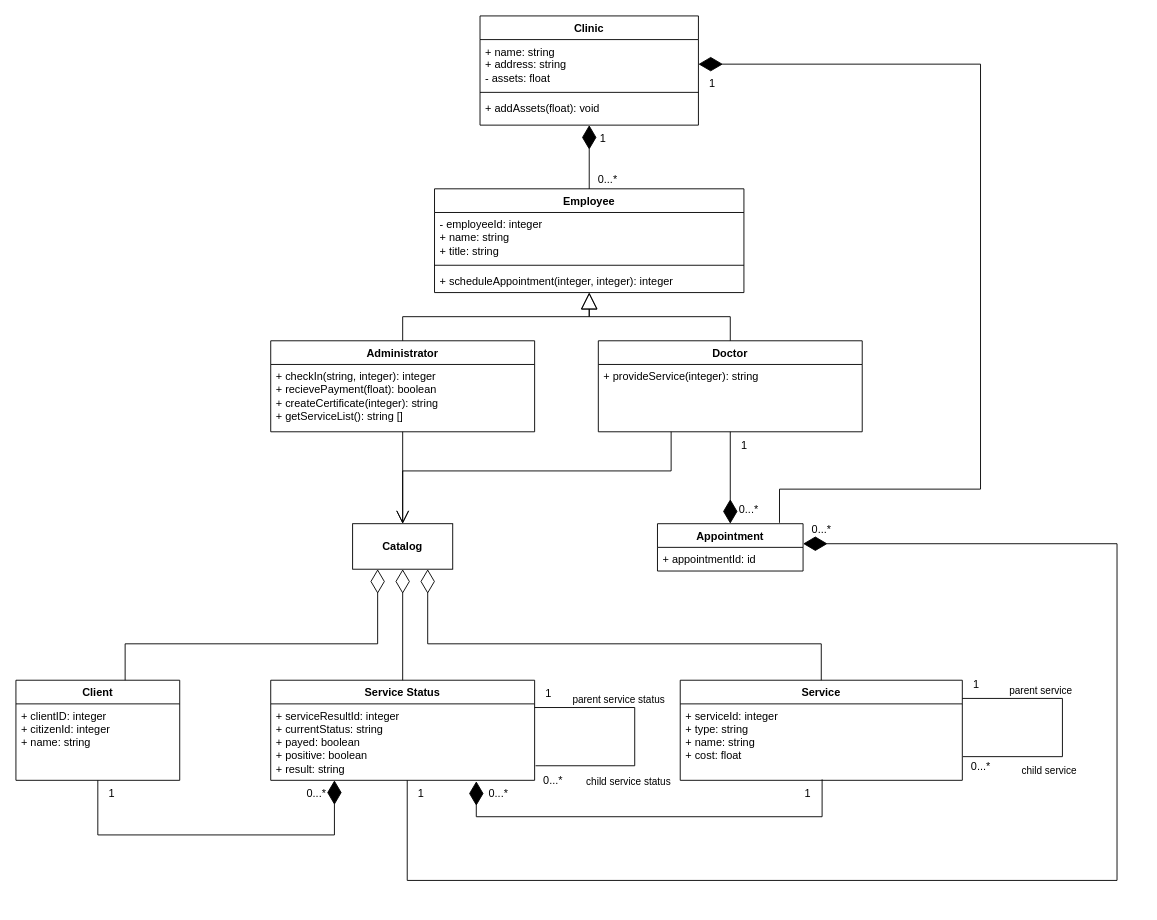
Yegres5/hospital-manager keeps this draw.io diagram as uml/class-diagram.drawio. Above is the earlier version. Source tidied: cells renumbered, new cells numbered last; positions are measured from the earlier drawing's top-left corner, leaving out a move shared by most shapes. Both pictures are drawn from the tidied source at 91%, with x=0, y=0 at pixel (15, 15).
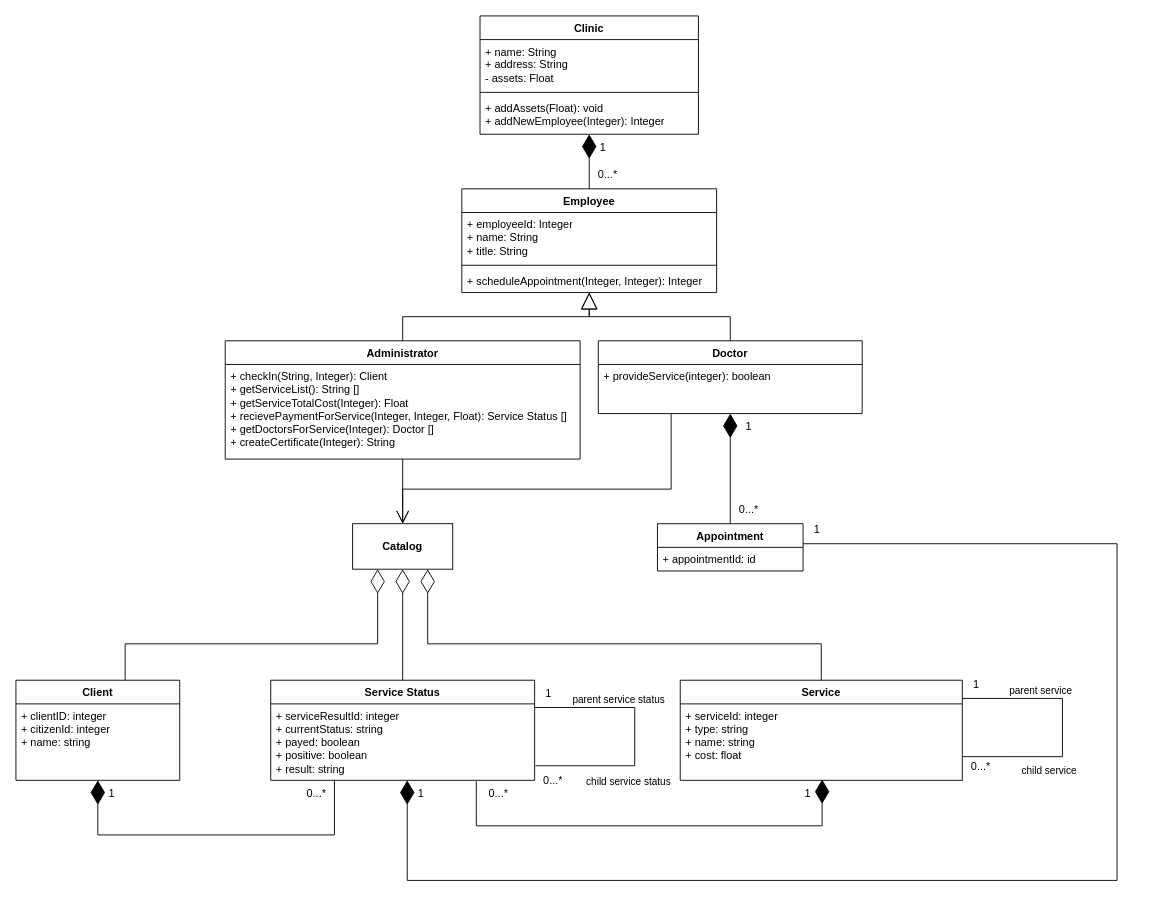
After the change.

Commit message (it also covers changes not shown here):
Class diagram changed

The change refers to these unchanged cells:
```xml
<mxCell id="10" value="Client" style="swimlane;fontStyle=1;align=center;verticalAlign=top;horizontal=1;startSize=26;whiteSpace=wrap;html=1;" parent="1" vertex="1">
  <mxGeometry y="730" width="180" height="110" as="geometry" />
</mxCell>
<mxCell id="13" value="Service Status" style="swimlane;fontStyle=1;align=center;verticalAlign=top;horizontal=1;startSize=26;whiteSpace=wrap;html=1;" parent="1" vertex="1">
  <mxGeometry x="280" y="730" width="290" height="110" as="geometry" />
</mxCell>
<mxCell id="14" value="+ serviceResultId: integer&lt;br&gt;+ currentStatus: string&lt;br&gt;+ payed: boolean&lt;br&gt;+ positive: boolean&lt;br&gt;+ result: string" style="text;strokeColor=none;fillColor=none;align=left;verticalAlign=top;spacingLeft=4;spacingRight=4;overflow=hidden;points=[[0,0.5],[1,0.5]];portConstraint=eastwest;whiteSpace=wrap;html=1;" parent="13" vertex="1">
  <mxGeometry y="26" width="290" height="84" as="geometry" />
</mxCell>
<mxCell id="25" value="+ serviceId: integer&lt;br&gt;+ type: string&lt;br&gt;+ name: string&lt;br&gt;+ cost: float" style="text;strokeColor=none;fillColor=none;align=left;verticalAlign=top;spacingLeft=4;spacingRight=4;overflow=hidden;points=[[0,0.5],[1,0.5]];portConstraint=eastwest;whiteSpace=wrap;html=1;" parent="24" vertex="1">
  <mxGeometry y="26" width="310" height="84" as="geometry" />
</mxCell>
<mxCell id="31" value="&lt;b&gt;Catalog&lt;/b&gt;" style="html=1;whiteSpace=wrap;" parent="1" vertex="1">
  <mxGeometry x="370" y="558" width="110" height="50" as="geometry" />
</mxCell>
<mxCell id="34" value="Appointment" style="swimlane;fontStyle=1;align=center;verticalAlign=top;horizontal=1;startSize=26;whiteSpace=wrap;html=1;" parent="1" vertex="1">
  <mxGeometry x="705" y="558" width="160" height="52" as="geometry" />
</mxCell>
```

Diff of the diagram source:
```diff
@@
     <mxCell id="2" value="Administrator" style="swimlane;fontStyle=1;align=center;verticalAlign=top;horizontal=1;startSize=26;whiteSpace=wrap;html=1;" parent="1" vertex="1">
-      <mxGeometry x="280" y="357" width="290" height="100" as="geometry" />
+      <mxGeometry x="230" y="357" width="390" height="130" as="geometry" />
     </mxCell>
-    <mxCell id="3" value="+ checkIn(string, integer): integer&lt;br&gt;+ recievePayment(float): boolean&lt;br&gt;+ createCertificate(integer): string&lt;br&gt;+ getServiceList(): string []" style="text;strokeColor=none;fillColor=none;align=left;verticalAlign=top;spacingLeft=4;spacingRight=4;overflow=hidden;whiteSpace=wrap;html=1;" parent="2" vertex="1">
-      <mxGeometry y="26" width="290" height="74" as="geometry" />
+    <mxCell id="3" value="+ checkIn(String, Integer): Client&lt;br&gt;+ getServiceList(): String []&lt;br&gt;+ getServiceTotalCost(Integer): Float&lt;br&gt;+ recievePaymentForService(Integer, Integer, Float): Service Status []&lt;br&gt;+ getDoctorsForService(Integer): Doctor []&lt;br&gt;+ createCertificate(Integer): String" style="text;strokeColor=none;fillColor=none;align=left;verticalAlign=top;spacingLeft=4;spacingRight=4;overflow=hidden;whiteSpace=wrap;html=1;" parent="2" vertex="1">
+      <mxGeometry y="26" width="390" height="104" as="geometry" />
     </mxCell>
     <mxCell id="4" value="Doctor" style="swimlane;fontStyle=1;align=center;verticalAlign=top;horizontal=1;startSize=26;whiteSpace=wrap;html=1;" parent="1" vertex="1">
-      <mxGeometry x="640" y="357" width="290" height="100" as="geometry" />
+      <mxGeometry x="640" y="357" width="290" height="80" as="geometry" />
     </mxCell>
-    <mxCell id="5" value="+ provideService(integer): string&lt;span&gt;&lt;span style=&quot;font-weight: bold&quot;&gt;&lt;br&gt;&lt;/span&gt;&lt;/span&gt;" style="text;strokeColor=none;fillColor=none;align=left;verticalAlign=top;spacingLeft=4;spacingRight=4;overflow=hidden;whiteSpace=wrap;html=1;" parent="4" vertex="1">
-      <mxGeometry y="26" width="290" height="74" as="geometry" />
+    <mxCell id="5" value="+ provideService(integer): boolean&lt;span&gt;&lt;br&gt;&lt;/span&gt;" style="text;strokeColor=none;fillColor=none;align=left;verticalAlign=top;spacingLeft=4;spacingRight=4;overflow=hidden;whiteSpace=wrap;html=1;" parent="4" vertex="1">
+      <mxGeometry y="26" width="290" height="54" as="geometry" />
     </mxCell>
     <mxCell id="6" value="Employee" style="swimlane;fontStyle=1;align=center;verticalAlign=top;horizontal=1;startSize=26;whiteSpace=wrap;html=1;" parent="1" vertex="1">
-      <mxGeometry x="460" y="190" width="340" height="114" as="geometry" />
+      <mxGeometry x="490" y="190" width="280" height="114" as="geometry" />
     </mxCell>
-    <mxCell id="7" value="- employeeId: integer&lt;br style=&quot;border-color: var(--border-color);&quot;&gt;+ name: string&lt;br&gt;+ title: string" style="text;strokeColor=none;fillColor=none;align=left;verticalAlign=top;spacingLeft=4;spacingRight=4;overflow=hidden;whiteSpace=wrap;html=1;" parent="6" vertex="1">
-      <mxGeometry y="26" width="340" height="54" as="geometry" />
+    <mxCell id="7" value="+ employeeId: Integer&lt;br&gt;+ name: String&lt;br&gt;+ title: String" style="text;strokeColor=none;fillColor=none;align=left;verticalAlign=top;spacingLeft=4;spacingRight=4;overflow=hidden;whiteSpace=wrap;html=1;" parent="6" vertex="1">
+      <mxGeometry y="26" width="280" height="54" as="geometry" />
     </mxCell>
     <mxCell id="8" style="line;strokeWidth=1;fillColor=none;align=left;verticalAlign=middle;spacingTop=-1;spacingLeft=3;spacingRight=3;labelPosition=right;strokeColor=inherit;" parent="6" vertex="1">
-      <mxGeometry y="80" width="340" height="8" as="geometry" />
+      <mxGeometry y="80" width="280" height="8" as="geometry" />
     </mxCell>
-    <mxCell id="9" value="+ scheduleAppointment(integer, integer): integer" style="text;strokeColor=none;fillColor=none;align=left;verticalAlign=top;spacingLeft=4;spacingRight=4;overflow=hidden;whiteSpace=wrap;html=1;" parent="6" vertex="1">
-      <mxGeometry y="88" width="340" height="26" as="geometry" />
+    <mxCell id="9" value="+ scheduleAppointment(Integer, Integer): Integer" style="text;strokeColor=none;fillColor=none;align=left;verticalAlign=top;spacingLeft=4;spacingRight=4;overflow=hidden;whiteSpace=wrap;html=1;" parent="6" vertex="1">
+      <mxGeometry y="88" width="280" height="26" as="geometry" />
     </mxCell>
@@
     <mxCell id="18" value="Clinic" style="swimlane;fontStyle=1;align=center;verticalAlign=top;horizontal=1;startSize=26;whiteSpace=wrap;html=1;" parent="1" vertex="1">
-      <mxGeometry x="510" width="240" height="120" as="geometry" />
+      <mxGeometry x="510" width="240" height="130" as="geometry" />
     </mxCell>
-    <mxCell id="19" value="+ name: string&lt;br&gt;+ address: string&lt;br&gt;- assets: float" style="text;strokeColor=none;fillColor=none;align=left;verticalAlign=top;spacingLeft=4;spacingRight=4;overflow=hidden;points=[[0,0.5],[1,0.5]];portConstraint=eastwest;whiteSpace=wrap;html=1;" parent="18" vertex="1">
+    <mxCell id="19" value="+ name: String&lt;br&gt;+ address: String&lt;br&gt;- assets: Float" style="text;strokeColor=none;fillColor=none;align=left;verticalAlign=top;spacingLeft=4;spacingRight=4;overflow=hidden;points=[[0,0.5],[1,0.5]];portConstraint=eastwest;whiteSpace=wrap;html=1;" parent="18" vertex="1">
       <mxGeometry y="26" width="240" height="54" as="geometry" />
     </mxCell>
@@
-    <mxCell id="21" value="+ addAssets(float): void" style="text;strokeColor=none;fillColor=none;align=left;verticalAlign=top;spacingLeft=4;spacingRight=4;overflow=hidden;whiteSpace=wrap;html=1;" parent="18" vertex="1">
-      <mxGeometry y="88" width="240" height="32" as="geometry" />
+    <mxCell id="21" value="+ addAssets(Float): void&lt;br&gt;+ addNewEmployee(Integer): Integer" style="text;strokeColor=none;fillColor=none;align=left;verticalAlign=top;spacingLeft=4;spacingRight=4;overflow=hidden;whiteSpace=wrap;html=1;" parent="18" vertex="1">
+      <mxGeometry y="88" width="240" height="42" as="geometry" />
     </mxCell>
@@
-    <mxCell id="30" style="endArrow=diamondThin;html=1;edgeStyle=orthogonalEdgeStyle;rounded=0;startSize=24;startArrow=none;startFill=0;endFill=1;endSize=24;" parent="1" edge="1" source="10" target="13">
+    <mxCell id="30" style="endArrow=none;html=1;edgeStyle=orthogonalEdgeStyle;rounded=0;startSize=24;startArrow=diamondThin;startFill=1;endFill=0;endSize=24;" parent="1" edge="1" source="10" target="13">
       <mxGeometry relative="1" as="geometry">
         <Array as="points">
           <mxPoint x="90" y="900" />
           <mxPoint x="350" y="900" />
         </Array>
       </mxGeometry>
     </mxCell>
@@
-    <mxCell id="32" style="endArrow=none;html=1;edgeStyle=orthogonalEdgeStyle;rounded=0;endFill=0;endSize=24;startArrow=diamondThin;startFill=1;startSize=24;entryX=0.503;entryY=0.988;entryDx=0;entryDy=0;entryPerimeter=0;exitX=0.779;exitY=1.012;exitDx=0;exitDy=0;exitPerimeter=0;" parent="1" edge="1" source="14" target="25">
+    <mxCell id="32" style="endArrow=diamondThin;html=1;edgeStyle=orthogonalEdgeStyle;rounded=0;endFill=1;endSize=24;startArrow=none;startFill=0;startSize=24;entryX=0.503;entryY=0.988;entryDx=0;entryDy=0;entryPerimeter=0;exitX=0.779;exitY=1.012;exitDx=0;exitDy=0;exitPerimeter=0;" parent="1" edge="1" source="14" target="25">
       <mxGeometry relative="1" as="geometry">
         <Array as="points">
-          <mxPoint x="506" y="880" />
-          <mxPoint x="886" y="880" />
+          <mxPoint x="506" y="890" />
+          <mxPoint x="886" y="890" />
         </Array>
       </mxGeometry>
     </mxCell>
-    <mxCell id="33" style="edgeStyle=orthogonalEdgeStyle;rounded=0;jettySize=auto;html=1;exitX=0.838;exitY=-0.019;exitDx=0;exitDy=0;entryX=1;entryY=0.5;entryDx=0;entryDy=0;endArrow=diamondThin;endFill=1;endSize=24;exitPerimeter=0;" parent="1" edge="1" source="34" target="19">
-      <mxGeometry relative="1" as="geometry">
-        <Array as="points">
-          <mxPoint x="840" y="557" />
-          <mxPoint x="840" y="520" />
-          <mxPoint x="1060" y="520" />
-          <mxPoint x="1060" y="53" />
-        </Array>
-      </mxGeometry>
-    </mxCell>
@@
-    <mxCell id="36" style="endArrow=diamondThin;html=1;edgeStyle=orthogonalEdgeStyle;rounded=0;endFill=1;startArrow=none;startFill=0;strokeWidth=1;endSize=24;startSize=24;" parent="1" edge="1" source="4" target="34">
+    <mxCell id="36" style="endArrow=none;html=1;edgeStyle=orthogonalEdgeStyle;rounded=0;endFill=0;startArrow=diamondThin;startFill=1;strokeWidth=1;endSize=24;startSize=24;" parent="1" edge="1" source="4" target="34">
       <mxGeometry relative="1" as="geometry" />
     </mxCell>
-    <mxCell id="37" style="endArrow=none;html=1;edgeStyle=orthogonalEdgeStyle;rounded=0;endFill=0;endSize=24;startArrow=diamondThin;startFill=1;startSize=24;" parent="1" edge="1" source="34" target="13">
+    <mxCell id="37" style="endArrow=diamondThin;html=1;edgeStyle=orthogonalEdgeStyle;rounded=0;endFill=1;endSize=24;startArrow=none;startFill=0;startSize=24;" parent="1" edge="1" source="34" target="13">
       <mxGeometry relative="1" as="geometry">
         <Array as="points">
           <mxPoint x="1210" y="580" />
           <mxPoint x="1210" y="950" />
           <mxPoint x="430" y="950" />
         </Array>
       </mxGeometry>
     </mxCell>
     <mxCell id="38" value="1" style="text;html=1;align=center;verticalAlign=middle;strokeColor=none;fillColor=none;" parent="1" vertex="1">
-      <mxGeometry x="630" y="120" width="30" height="30" as="geometry" />
+      <mxGeometry x="630" y="130" width="30" height="30" as="geometry" />
     </mxCell>
-    <mxCell id="39" value="0...*" style="text;html=1;align=center;verticalAlign=middle;strokeColor=none;fillColor=none;" parent="1" vertex="1">
-      <mxGeometry x="630" y="170" width="40" height="20" as="geometry" />
-    </mxCell>
     <mxCell id="40" value="1" style="text;html=1;align=center;verticalAlign=middle;strokeColor=none;fillColor=none;" parent="1" vertex="1">
-      <mxGeometry x="785" y="457" width="30" height="30" as="geometry" />
+      <mxGeometry x="790" y="437" width="30" height="30" as="geometry" />
     </mxCell>
@@
     <mxCell id="47" style="endArrow=open;endSize=12;html=1;rounded=0;edgeStyle=orthogonalEdgeStyle;fontStyle=0;entryX=0.5;entryY=0;entryDx=0;entryDy=0;" parent="1" edge="1" source="4" target="31">
       <mxGeometry relative="1" as="geometry">
         <Array as="points">
-          <mxPoint x="720" y="500" />
-          <mxPoint x="425" y="500" />
+          <mxPoint x="720" y="520" />
+          <mxPoint x="425" y="520" />
         </Array>
       </mxGeometry>
     </mxCell>
@@
-    <mxCell id="54" value="0...*" style="text;html=1;align=center;verticalAlign=middle;strokeColor=none;fillColor=none;" parent="1" vertex="1">
-      <mxGeometry x="865" y="550" width="40" height="30" as="geometry" />
-    </mxCell>
@@
     <mxCell id="56" value="1" style="text;html=1;align=center;verticalAlign=middle;strokeColor=none;fillColor=none;" parent="1" vertex="1">
-      <mxGeometry x="750" y="60" width="30" height="30" as="geometry" />
+      <mxGeometry x="865" y="550" width="30" height="30" as="geometry" />
     </mxCell>
+    <mxCell id="57" value="0...*" style="text;html=1;align=center;verticalAlign=middle;strokeColor=none;fillColor=none;" parent="1" vertex="1">
+      <mxGeometry x="630" y="160" width="40" height="30" as="geometry" />
+    </mxCell>
```
